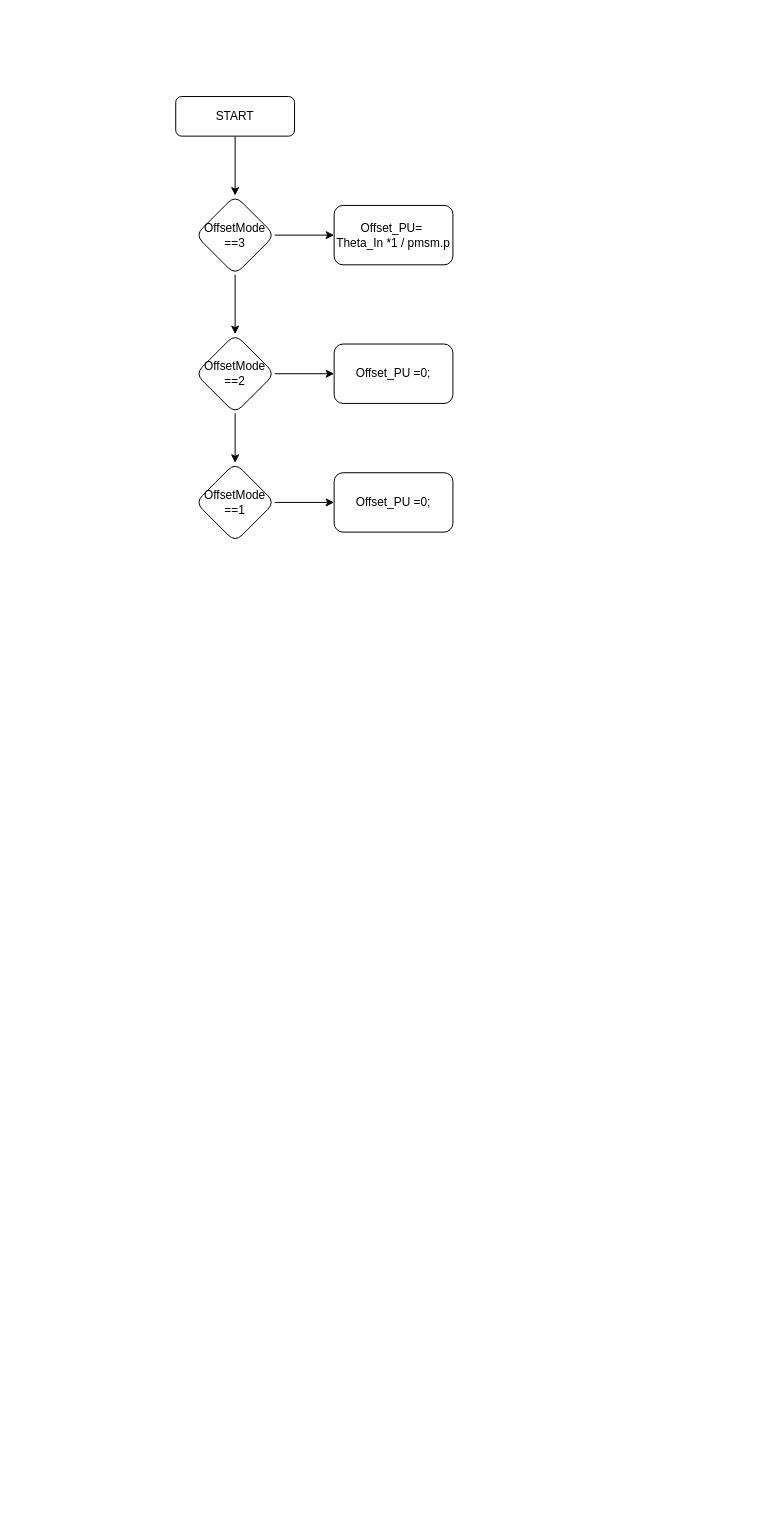
Above: Untitled Diagram.drawio in kaanalsancak/MDB_Programming (draw.io), before the change. Source tidied: cells renumbered, new cells numbered last; positions are measured from the earlier drawing's top-left corner, leaving out a move shared by most shapes. Both pictures are drawn from the tidied source at 99%, with x=0, y=0 at pixel (175, 96).
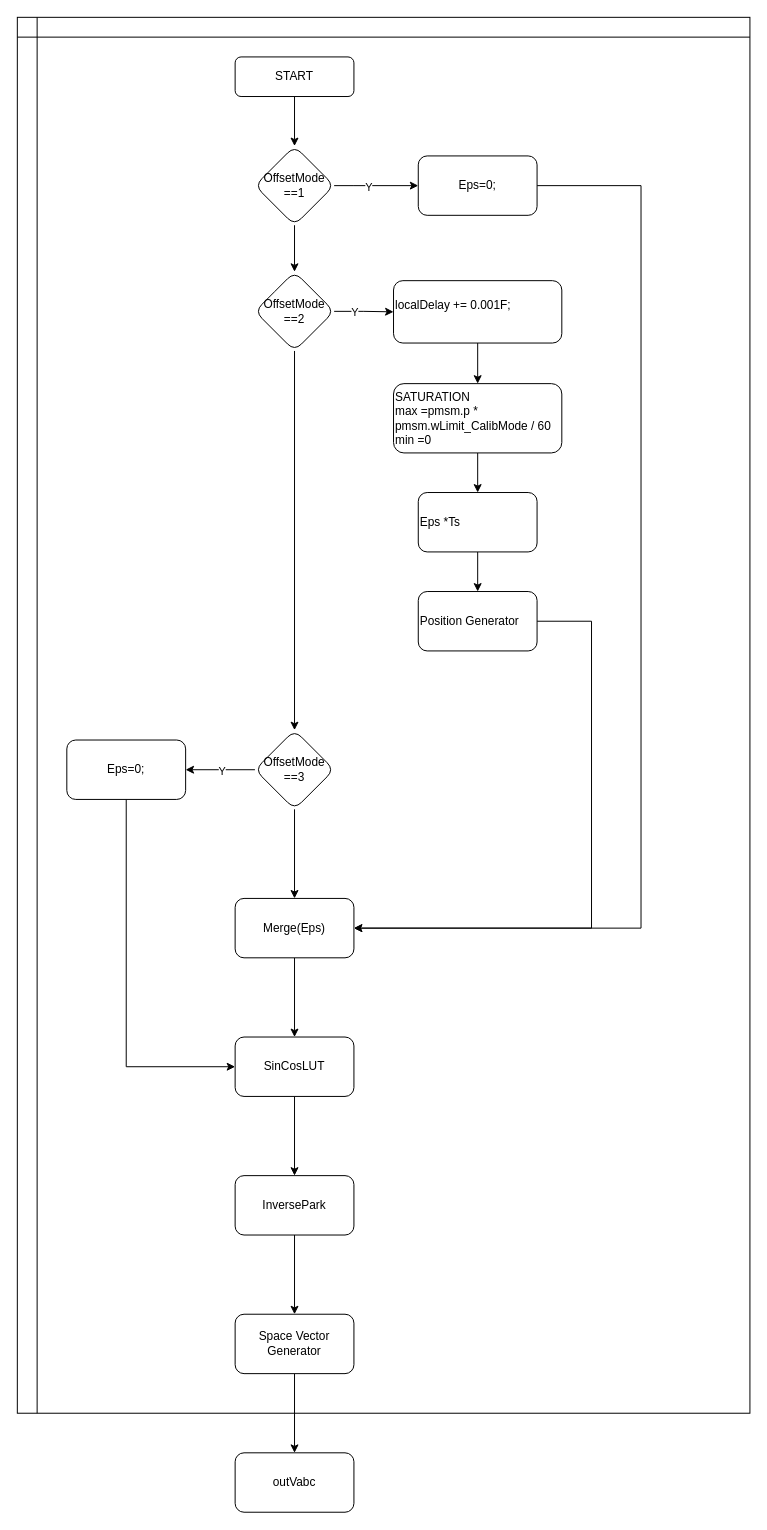
The same page after the edit.

Unchanged cells that the change refers to:
```xml
<mxCell id="9" style="edgeStyle=orthogonalEdgeStyle;rounded=0;jettySize=auto;html=1;" parent="1" edge="1" source="11" target="12">
  <mxGeometry relative="1" as="geometry" />
</mxCell>
```

The edit, as a diff of the source:
```diff
@@
-    <mxCell id="2" style="edgeStyle=orthogonalEdgeStyle;rounded=0;jettySize=auto;html=1;" parent="1" edge="1" source="3" target="8">
-      <mxGeometry relative="1" as="geometry" />
-    </mxCell>
+    <mxCell id="15" style="shape=internalStorage;whiteSpace=wrap;html=1;backgroundOutline=1;" parent="1" vertex="1">
+      <mxGeometry x="-160" y="-80" width="740" height="1410" as="geometry" />
+    </mxCell>
+    <mxCell id="16" style="edgeStyle=orthogonalEdgeStyle;rounded=0;jettySize=auto;html=1;" parent="1" edge="1" source="3" target="5">
+      <mxGeometry relative="1" as="geometry" />
+    </mxCell>
     <mxCell id="3" value="START" style="rounded=1;whiteSpace=wrap;html=1;fontSize=12;glass=0;strokeWidth=1;shadow=0;" parent="1" vertex="1">
-      <mxGeometry width="120" height="40" as="geometry" />
+      <mxGeometry x="60" y="-40" width="120" height="40" as="geometry" />
     </mxCell>
     <mxCell id="4" style="edgeStyle=orthogonalEdgeStyle;rounded=0;jettySize=auto;html=1;" parent="1" edge="1" source="5" target="14">
-      <mxGeometry relative="1" as="geometry" />
+      <mxGeometry relative="1" as="geometry">
+        <Array as="points">
+          <mxPoint x="180" y="90" />
+          <mxPoint x="180" y="90" />
+        </Array>
+      </mxGeometry>
     </mxCell>
+    <mxCell id="17" value="Y" style="edgeLabel;html=1;align=center;verticalAlign=middle;" parent="4" vertex="1">
+      <mxGeometry x="-0.21" y="-1" relative="1" as="geometry" />
+    </mxCell>
+    <mxCell id="18" style="edgeStyle=orthogonalEdgeStyle;rounded=0;jettySize=auto;html=1;" parent="1" edge="1" source="5" target="11">
+      <mxGeometry relative="1" as="geometry" />
+    </mxCell>
     <mxCell id="5" value="OffsetMode ==1" style="rhombus;whiteSpace=wrap;html=1;rounded=1;glass=0;strokeWidth=1;shadow=0;" parent="1" vertex="1">
-      <mxGeometry x="20" y="370" width="80" height="80" as="geometry" />
+      <mxGeometry x="80" y="50" width="80" height="80" as="geometry" />
     </mxCell>
-    <mxCell id="6" style="edgeStyle=orthogonalEdgeStyle;rounded=0;jettySize=auto;html=1;" parent="1" edge="1" source="8" target="11">
-      <mxGeometry relative="1" as="geometry" />
-    </mxCell>
-    <mxCell id="7" style="edgeStyle=orthogonalEdgeStyle;rounded=0;jettySize=auto;html=1;" parent="1" edge="1" source="8" target="13">
-      <mxGeometry relative="1" as="geometry" />
-    </mxCell>
+    <mxCell id="19" style="edgeStyle=orthogonalEdgeStyle;rounded=0;jettySize=auto;html=1;" parent="1" edge="1" source="8" target="33">
+      <mxGeometry relative="1" as="geometry" />
+    </mxCell>
+    <mxCell id="20" value="Y" style="edgeLabel;html=1;align=center;verticalAlign=middle;" parent="19" vertex="1">
+      <mxGeometry x="-0.03" y="1" relative="1" as="geometry" />
+    </mxCell>
+    <mxCell id="21" style="edgeStyle=orthogonalEdgeStyle;rounded=0;jettySize=auto;html=1;" parent="1" edge="1" source="8" target="35">
+      <mxGeometry relative="1" as="geometry" />
+    </mxCell>
     <mxCell id="8" value="OffsetMode ==3" style="rhombus;whiteSpace=wrap;html=1;rounded=1;glass=0;strokeWidth=1;shadow=0;" parent="1" vertex="1">
-      <mxGeometry x="20" y="100" width="80" height="80" as="geometry" />
+      <mxGeometry x="80" y="640" width="80" height="80" as="geometry" />
     </mxCell>
@@
-    <mxCell id="10" style="edgeStyle=orthogonalEdgeStyle;rounded=0;jettySize=auto;html=1;" parent="1" edge="1" source="11" target="5">
-      <mxGeometry relative="1" as="geometry" />
-    </mxCell>
+    <mxCell id="22" value="Y" style="edgeLabel;html=1;align=center;verticalAlign=middle;" parent="9" vertex="1">
+      <mxGeometry x="-0.34" relative="1" as="geometry" />
+    </mxCell>
+    <mxCell id="23" style="edgeStyle=orthogonalEdgeStyle;rounded=0;jettySize=auto;html=1;" parent="1" edge="1" source="11" target="8">
+      <mxGeometry relative="1" as="geometry" />
+    </mxCell>
     <mxCell id="11" value="OffsetMode ==2" style="rhombus;whiteSpace=wrap;html=1;rounded=1;glass=0;strokeWidth=1;shadow=0;" parent="1" vertex="1">
-      <mxGeometry x="20" y="240" width="80" height="80" as="geometry" />
+      <mxGeometry x="80" y="177" width="80" height="80" as="geometry" />
     </mxCell>
+    <mxCell id="24" style="edgeStyle=orthogonalEdgeStyle;rounded=0;jettySize=auto;html=1;" parent="1" edge="1" source="12" target="27">
+      <mxGeometry relative="1" as="geometry" />
+    </mxCell>
-    <mxCell id="12" value="Offset_PU =0;" style="whiteSpace=wrap;html=1;rounded=1;glass=0;strokeWidth=1;shadow=0;" parent="1" vertex="1">
-      <mxGeometry x="160" y="250" width="120" height="60" as="geometry" />
+    <mxCell id="12" value="localDelay += 0.001F;&lt;div&gt;&lt;br&gt;&lt;/div&gt;" style="whiteSpace=wrap;html=1;rounded=1;glass=0;strokeWidth=1;shadow=0;align=left;" parent="1" vertex="1">
+      <mxGeometry x="220" y="186" width="170" height="63" as="geometry" />
     </mxCell>
-    <mxCell id="13" value="Offset_PU=&amp;nbsp;&lt;div&gt;Theta_In *1 / pmsm.p&lt;/div&gt;" style="whiteSpace=wrap;html=1;rounded=1;glass=0;strokeWidth=1;shadow=0;" parent="1" vertex="1">
-      <mxGeometry x="160" y="110" width="120" height="60" as="geometry" />
-    </mxCell>
+    <mxCell id="25" style="edgeStyle=orthogonalEdgeStyle;rounded=0;jettySize=auto;html=1;entryX=1;entryY=0.5;entryDx=0;entryDy=0;" parent="1" edge="1" source="14" target="35">
+      <mxGeometry relative="1" as="geometry">
+        <Array as="points">
+          <mxPoint x="470" y="90" />
+          <mxPoint x="470" y="840" />
+        </Array>
+      </mxGeometry>
+    </mxCell>
-    <mxCell id="14" value="Offset_PU =0;" style="whiteSpace=wrap;html=1;rounded=1;glass=0;strokeWidth=1;shadow=0;" parent="1" vertex="1">
-      <mxGeometry x="160" y="380" width="120" height="60" as="geometry" />
+    <mxCell id="14" value="Eps=0;" style="whiteSpace=wrap;html=1;rounded=1;glass=0;strokeWidth=1;shadow=0;" parent="1" vertex="1">
+      <mxGeometry x="245" y="60" width="120" height="60" as="geometry" />
     </mxCell>
+    <mxCell id="26" style="edgeStyle=orthogonalEdgeStyle;rounded=0;jettySize=auto;html=1;" parent="1" edge="1" source="27" target="29">
+      <mxGeometry relative="1" as="geometry" />
+    </mxCell>
+    <mxCell id="27" value="&lt;div&gt;SATURATION&lt;/div&gt;max =pmsm.p * pmsm.wLimit_CalibMode / 60&lt;div&gt;min =0&lt;/div&gt;" style="whiteSpace=wrap;html=1;rounded=1;glass=0;strokeWidth=1;shadow=0;align=left;" parent="1" vertex="1">
+      <mxGeometry x="220" y="290" width="170" height="70" as="geometry" />
+    </mxCell>
+    <mxCell id="28" style="edgeStyle=orthogonalEdgeStyle;rounded=0;jettySize=auto;html=1;" parent="1" edge="1" source="29" target="31">
+      <mxGeometry relative="1" as="geometry" />
+    </mxCell>
+    <mxCell id="29" value="Eps *Ts" style="whiteSpace=wrap;html=1;align=left;rounded=1;glass=0;strokeWidth=1;shadow=0;" parent="1" vertex="1">
+      <mxGeometry x="245" y="400" width="120" height="60" as="geometry" />
+    </mxCell>
+    <mxCell id="30" style="edgeStyle=orthogonalEdgeStyle;rounded=0;jettySize=auto;html=1;entryX=1;entryY=0.5;entryDx=0;entryDy=0;" parent="1" edge="1" source="31" target="35">
+      <mxGeometry relative="1" as="geometry">
+        <Array as="points">
+          <mxPoint x="420" y="530" />
+          <mxPoint x="420" y="840" />
+        </Array>
+      </mxGeometry>
+    </mxCell>
+    <mxCell id="31" value="Position Generator" style="whiteSpace=wrap;html=1;align=left;rounded=1;glass=0;strokeWidth=1;shadow=0;" parent="1" vertex="1">
+      <mxGeometry x="245" y="500" width="120" height="60" as="geometry" />
+    </mxCell>
+    <mxCell id="32" style="edgeStyle=orthogonalEdgeStyle;rounded=0;jettySize=auto;html=1;entryX=0;entryY=0.5;entryDx=0;entryDy=0;" parent="1" edge="1" source="33" target="37">
+      <mxGeometry relative="1" as="geometry">
+        <Array as="points">
+          <mxPoint x="-50" y="980" />
+        </Array>
+      </mxGeometry>
+    </mxCell>
+    <mxCell id="33" value="Eps=0;" style="whiteSpace=wrap;html=1;rounded=1;glass=0;strokeWidth=1;shadow=0;" parent="1" vertex="1">
+      <mxGeometry x="-110" y="650" width="120" height="60" as="geometry" />
+    </mxCell>
+    <mxCell id="34" style="edgeStyle=orthogonalEdgeStyle;rounded=0;jettySize=auto;html=1;" parent="1" edge="1" source="35" target="37">
+      <mxGeometry relative="1" as="geometry" />
+    </mxCell>
+    <mxCell id="35" value="Merge(Eps)" style="whiteSpace=wrap;html=1;rounded=1;glass=0;strokeWidth=1;shadow=0;" parent="1" vertex="1">
+      <mxGeometry x="60" y="810" width="120" height="60" as="geometry" />
+    </mxCell>
+    <mxCell id="36" style="edgeStyle=orthogonalEdgeStyle;rounded=0;jettySize=auto;html=1;" parent="1" edge="1" source="37" target="39">
+      <mxGeometry relative="1" as="geometry" />
+    </mxCell>
+    <mxCell id="37" value="SinCosLUT" style="whiteSpace=wrap;html=1;rounded=1;glass=0;strokeWidth=1;shadow=0;" parent="1" vertex="1">
+      <mxGeometry x="60" y="950" width="120" height="60" as="geometry" />
+    </mxCell>
+    <mxCell id="38" style="edgeStyle=orthogonalEdgeStyle;rounded=0;jettySize=auto;html=1;" parent="1" edge="1" source="39" target="41">
+      <mxGeometry relative="1" as="geometry" />
+    </mxCell>
+    <mxCell id="39" value="InversePark" style="whiteSpace=wrap;html=1;rounded=1;glass=0;strokeWidth=1;shadow=0;" parent="1" vertex="1">
+      <mxGeometry x="60" y="1090" width="120" height="60" as="geometry" />
+    </mxCell>
+    <mxCell id="40" style="edgeStyle=orthogonalEdgeStyle;rounded=0;jettySize=auto;html=1;" parent="1" edge="1" source="41" target="42">
+      <mxGeometry relative="1" as="geometry" />
+    </mxCell>
+    <mxCell id="41" value="Space Vector Generator" style="whiteSpace=wrap;html=1;rounded=1;glass=0;strokeWidth=1;shadow=0;" parent="1" vertex="1">
+      <mxGeometry x="60" y="1230" width="120" height="60" as="geometry" />
+    </mxCell>
+    <mxCell id="42" value="outVabc" style="whiteSpace=wrap;html=1;rounded=1;glass=0;strokeWidth=1;shadow=0;" parent="1" vertex="1">
+      <mxGeometry x="60" y="1370" width="120" height="60" as="geometry" />
+    </mxCell>
```
